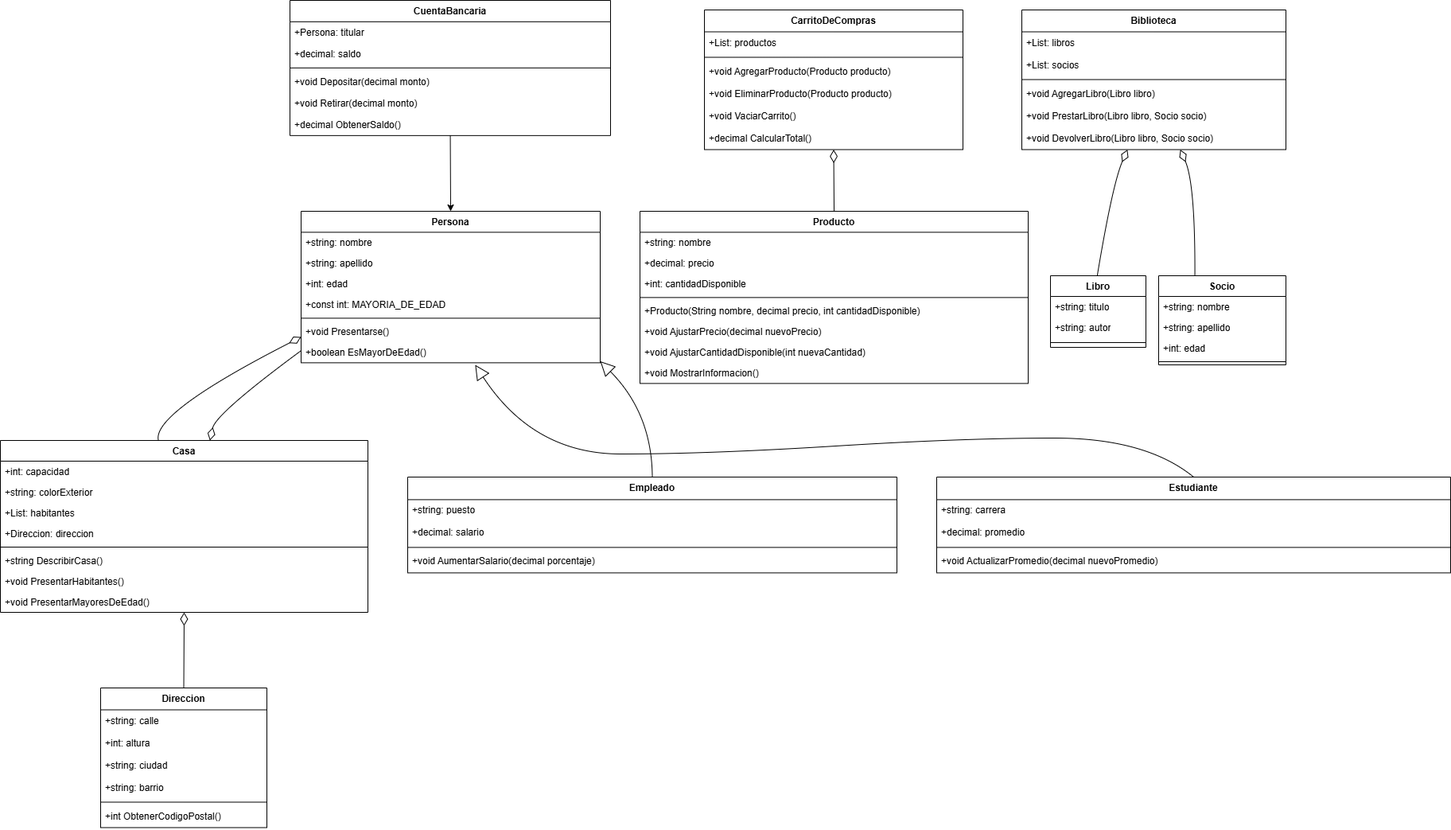
Luchito14567/POO-5TO-LUCIO keeps this draw.io diagram as POO 5TO LUCIO/UML.png. Above is the earlier version. Source tidied: cells renumbered, new cells last; positions are measured from the earlier drawing's top-left corner, leaving out a move shared by most shapes.
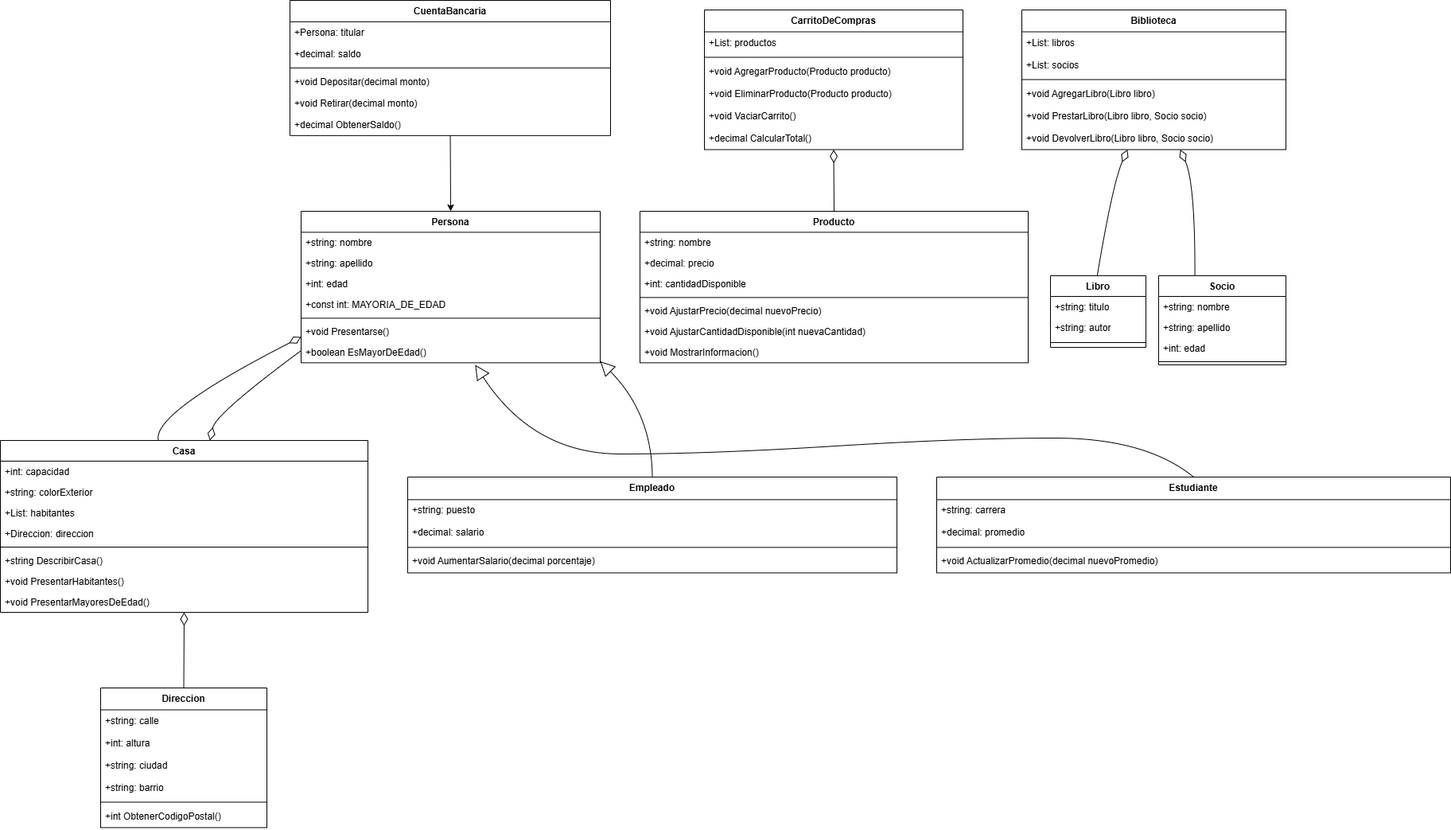
After the change.

Change to the diagram source:
```diff
@@ -96,7 +96,7 @@
       <mxGeometry y="142.9" width="403" height="27" as="geometry" />
     </mxCell>
     <mxCell id="33" value="Producto" style="swimlane;fontStyle=1;align=center;verticalAlign=top;horizontal=1;startSize=26.375;" parent="1" vertex="1">
-      <mxGeometry x="804" y="265" width="488" height="216.4" as="geometry" />
+      <mxGeometry x="804" y="265" width="488" height="190.4" as="geometry" />
     </mxCell>
     <mxCell id="34" value="+string: nombre" style="text;strokeColor=none;fillColor=none;align=left;verticalAlign=top;spacingLeft=4;spacingRight=4;overflow=hidden;" parent="33" vertex="1">
       <mxGeometry y="26.4" width="488" height="26" as="geometry" />
@@ -110,17 +110,14 @@
     <mxCell id="37" style="line;strokeWidth=1;fillColor=none;align=left;verticalAlign=middle;spacingTop=-1;spacingLeft=3;spacingRight=3;labelPosition=right;strokeColor=inherit;" parent="33" vertex="1">
       <mxGeometry y="104.4" width="488" height="8" as="geometry" />
     </mxCell>
-    <mxCell id="38" value="+Producto(String nombre, decimal precio, int cantidadDisponible)" style="text;strokeColor=none;fillColor=none;align=left;verticalAlign=top;spacingLeft=4;spacingRight=4;overflow=hidden;" parent="33" vertex="1">
-      <mxGeometry y="112.4" width="488" height="26" as="geometry" />
-    </mxCell>
     <mxCell id="39" value="+void AjustarPrecio(decimal nuevoPrecio)" style="text;strokeColor=none;fillColor=none;align=left;verticalAlign=top;spacingLeft=4;spacingRight=4;overflow=hidden;" parent="33" vertex="1">
-      <mxGeometry y="138.4" width="488" height="26" as="geometry" />
+      <mxGeometry y="112.4" width="488" height="26" as="geometry" />
     </mxCell>
     <mxCell id="40" value="+void AjustarCantidadDisponible(int nuevaCantidad)" style="text;strokeColor=none;fillColor=none;align=left;verticalAlign=top;spacingLeft=4;spacingRight=4;overflow=hidden;" parent="33" vertex="1">
-      <mxGeometry y="164.4" width="488" height="26" as="geometry" />
+      <mxGeometry y="138.4" width="488" height="26" as="geometry" />
     </mxCell>
     <mxCell id="41" value="+void MostrarInformacion()" style="text;strokeColor=none;fillColor=none;align=left;verticalAlign=top;spacingLeft=4;spacingRight=4;overflow=hidden;" parent="33" vertex="1">
-      <mxGeometry y="190.4" width="488" height="26" as="geometry" />
+      <mxGeometry y="164.4" width="488" height="26" as="geometry" />
     </mxCell>
     <mxCell id="42" value="CarritoDeCompras" style="swimlane;fontStyle=1;align=center;verticalAlign=top;horizontal=1;startSize=27.5;" parent="1" vertex="1">
       <mxGeometry x="885" y="12" width="325" height="175.5" as="geometry" />
```
